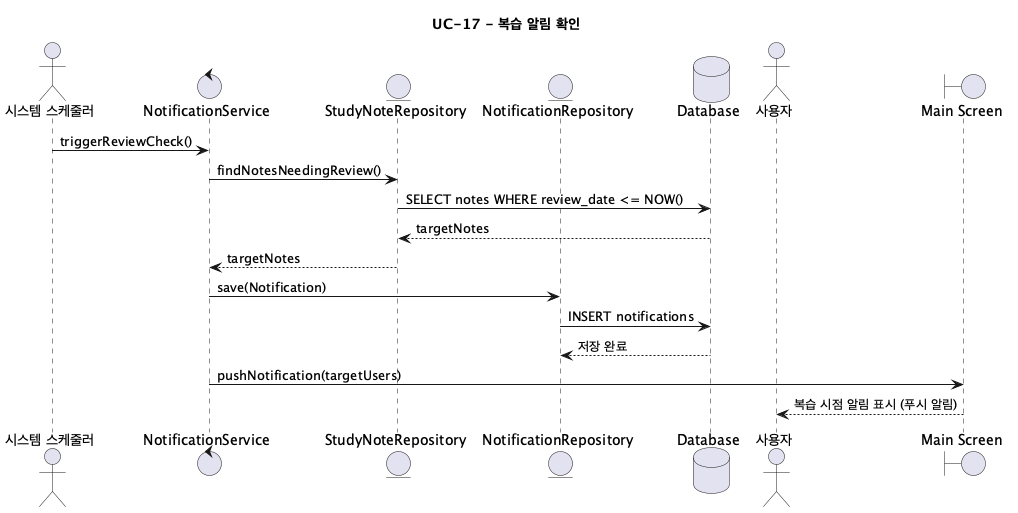
jeongiryang/SoftwareEngineering_team15_project_-Smart-Edu-Platform keeps this PlantUML diagram as screenshots/sequence-diagram/UC17_ReviewNotification.png. Above is the earlier version.
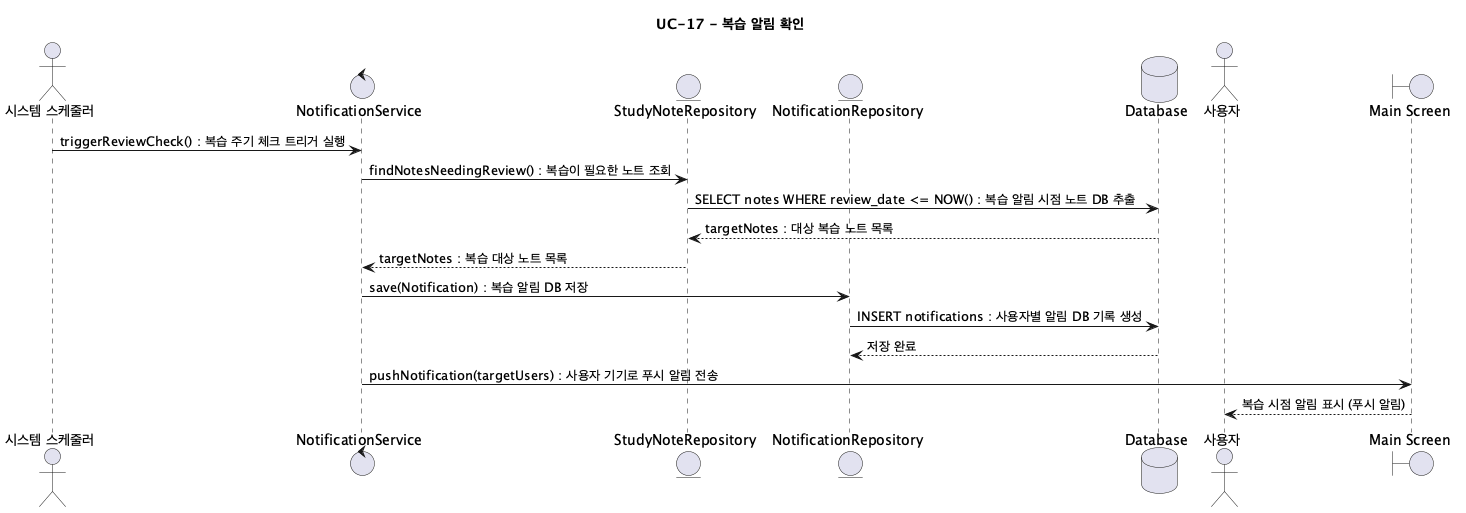
The same file after the commit.

The edit, as a diff of the source:
```diff
@@ -9,14 +9,14 @@
 actor "사용자" as User
 boundary "Main Screen" as UI
 
-Scheduler -> NotificationService: triggerReviewCheck()
-NotificationService -> NoteRepository: findNotesNeedingReview()
-NoteRepository -> DB: SELECT notes WHERE review_date <= NOW()
-DB --> NoteRepository: targetNotes
-NoteRepository --> NotificationService: targetNotes
-NotificationService -> NotificationRepository: save(Notification)
-NotificationRepository -> DB: INSERT notifications
+Scheduler -> NotificationService: triggerReviewCheck() : 복습 주기 체크 트리거 실행
+NotificationService -> NoteRepository: findNotesNeedingReview() : 복습이 필요한 노트 조회
+NoteRepository -> DB: SELECT notes WHERE review_date <= NOW() : 복습 알림 시점 노트 DB 추출
+DB --> NoteRepository: targetNotes : 대상 복습 노트 목록
+NoteRepository --> NotificationService: targetNotes : 복습 대상 노트 목록
+NotificationService -> NotificationRepository: save(Notification) : 복습 알림 DB 저장
+NotificationRepository -> DB: INSERT notifications : 사용자별 알림 DB 기록 생성
 DB --> NotificationRepository: 저장 완료
-NotificationService -> UI: pushNotification(targetUsers)
+NotificationService -> UI: pushNotification(targetUsers) : 사용자 기기로 푸시 알림 전송
 UI --> User: 복습 시점 알림 표시 (푸시 알림)
 @enduml
```
